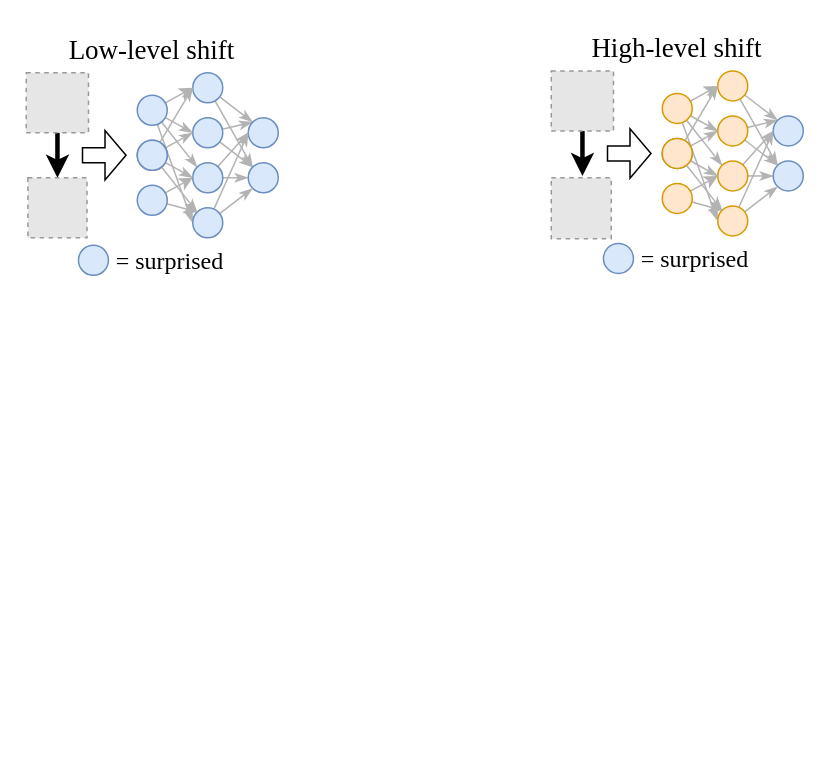
Earlier version of the draw.io diagram project_figs/unit-level.drawio (cianeastwood/cianeastwood.github.io). Source tidied: cells renumbered, new cells numbered last; positions are measured from the earlier drawing's top-left corner, leaving out a move shared by most shapes. Both pictures are drawn from the tidied source at 150%, with x=0, y=0 at pixel (26, 36). Pictures stored in the file or linked from it are replaced by grey dashed boxes.
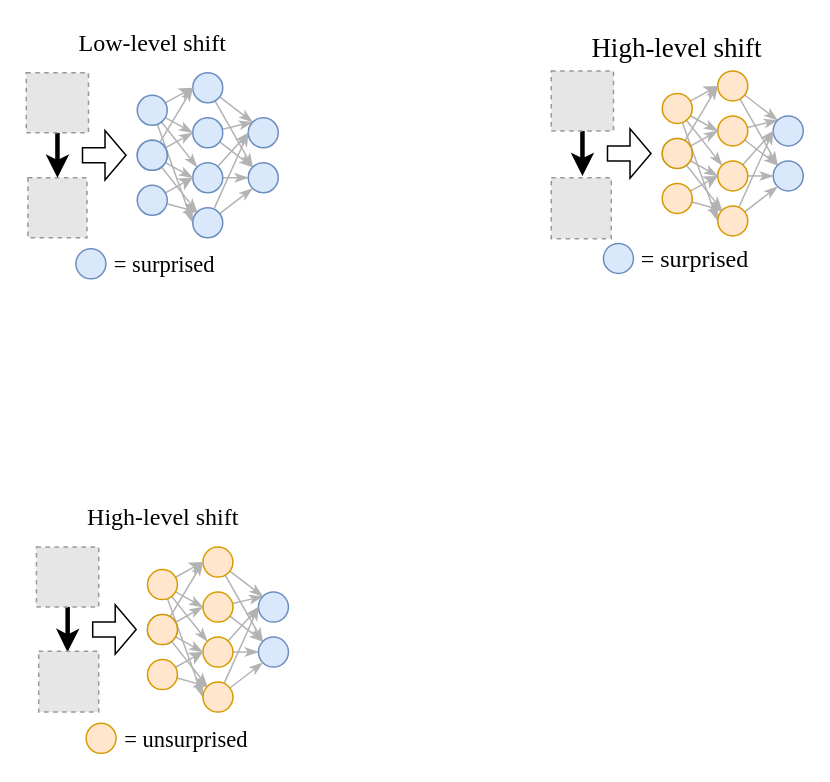
Above is the later version.

The change refers to these unchanged cells:
```xml
<mxCell id="8" style="fillColor=#E6E6E6;strokeColor=#999999;dashed=1;verticalLabelPosition=bottom;labelBackgroundColor=default;verticalAlign=top;" parent="1" vertex="1">
  <mxGeometry y="24" width="41.5" height="40" as="geometry" />
</mxCell>
<mxCell id="9" style="fillColor=#E6E6E6;strokeColor=#999999;dashed=1;verticalLabelPosition=bottom;labelBackgroundColor=default;verticalAlign=top;" parent="1" vertex="1">
  <mxGeometry x="1.1" y="94" width="39.4" height="40" as="geometry" />
</mxCell>
<mxCell id="44" style="fillColor=#E6E6E6;strokeColor=#999999;dashed=1;verticalLabelPosition=bottom;labelBackgroundColor=default;verticalAlign=top;" parent="1" vertex="1">
  <mxGeometry x="350" y="22.8" width="41.5" height="40" as="geometry" />
</mxCell>
```

Change to the diagram source:
```diff
@@
-    <mxCell id="7" style="edgeStyle=orthogonalEdgeStyle;rounded=0;jettySize=auto;html=1;entryX=0.5;entryY=0;entryDx=0;entryDy=0;strokeWidth=3;strokeColor=default;" parent="1" edge="1" source="8" target="9">
+    <mxCell id="7" style="edgeStyle=orthogonalEdgeStyle;rounded=0;jettySize=auto;html=1;entryX=0.5;entryY=0;entryDx=0;entryDy=0;strokeWidth=3;" parent="1" edge="1" source="8" target="9">
       <mxGeometry relative="1" as="geometry" />
     </mxCell>
@@
-    <mxCell id="29" value="&lt;font size=&quot;1&quot; style=&quot;&quot; face=&quot;Times New Roman&quot;&gt;&lt;span style=&quot;font-weight: normal; font-size: 18px;&quot;&gt;Low-level shift&lt;/span&gt;&lt;/font&gt;" style="text;html=1;strokeColor=none;fillColor=none;align=center;verticalAlign=middle;whiteSpace=wrap;rounded=0;fontStyle=1;" parent="1" vertex="1">
-      <mxGeometry x="15.5" y="1.5" width="136" height="15" as="geometry" />
+    <mxCell id="29" value="&lt;font size=&quot;1&quot; face=&quot;Times New Roman&quot;&gt;&lt;span style=&quot;font-weight: normal ; font-size: 16px&quot;&gt;Low-level shift&lt;/span&gt;&lt;/font&gt;" style="text;html=1;strokeColor=none;fillColor=none;align=center;verticalAlign=middle;whiteSpace=wrap;rounded=0;fontStyle=1;" parent="1" vertex="1">
+      <mxGeometry x="6.8" y="-7.2" width="154.5" height="22.5" as="geometry" />
     </mxCell>
@@
-    <mxCell id="36" style="ellipse;whiteSpace=wrap;html=1;fillColor=#dae8fc;strokeColor=#6c8ebf;" parent="1" vertex="1">
-      <mxGeometry x="34.8" y="139" width="20" height="20" as="geometry" />
-    </mxCell>
-    <mxCell id="37" value="&lt;font style=&quot;font-size: 16px;&quot; face=&quot;Times New Roman&quot;&gt;&amp;nbsp;= surprised&lt;/font&gt;" style="text;html=1;strokeColor=none;fillColor=none;align=center;verticalAlign=middle;whiteSpace=wrap;rounded=0;" parent="1" vertex="1">
-      <mxGeometry x="54.8" y="141.5" width="77.5" height="15" as="geometry" />
-    </mxCell>
@@
-    <mxCell id="43" style="edgeStyle=orthogonalEdgeStyle;rounded=0;jettySize=auto;html=1;entryX=0.5;entryY=0;entryDx=0;entryDy=0;strokeWidth=3;strokeColor=default;" parent="1" edge="1" source="44">
+    <mxCell id="43" style="edgeStyle=orthogonalEdgeStyle;rounded=0;jettySize=auto;html=1;entryX=0.5;entryY=0;entryDx=0;entryDy=0;strokeWidth=3;" parent="1" edge="1" source="44">
       <mxGeometry relative="1" as="geometry">
         <mxPoint x="370.8" y="92.8" as="targetPoint" />
       </mxGeometry>
     </mxCell>
@@
+    <mxCell id="72" style="group;" parent="1" vertex="1">
+      <mxGeometry x="33.1" y="140.2" width="125.2" height="22.5" as="geometry" />
+    </mxCell>
+    <mxCell id="36" style="ellipse;whiteSpace=wrap;html=1;fillColor=#dae8fc;strokeColor=#6c8ebf;" parent="72" vertex="1">
+      <mxGeometry y="1.2" width="20" height="20" as="geometry" />
+    </mxCell>
+    <mxCell id="37" value="&lt;font style=&quot;font-size: 15px&quot; face=&quot;Times New Roman&quot;&gt;&amp;nbsp;= surprised&lt;/font&gt;" style="text;html=1;strokeColor=none;fillColor=none;align=left;verticalAlign=middle;whiteSpace=wrap;rounded=0;" parent="72" vertex="1">
+      <mxGeometry x="20" width="105.2" height="22.5" as="geometry" />
+    </mxCell>
+    <mxCell id="73" style="rounded=0;jettySize=auto;html=1;entryX=0;entryY=0.5;entryDx=0;entryDy=0;strokeWidth=1;strokeColor=#B3B3B3;" parent="1" edge="1" source="77" target="86">
+      <mxGeometry relative="1" as="geometry" />
+    </mxCell>
+    <mxCell id="74" style="rounded=0;jettySize=auto;html=1;entryX=0;entryY=0.5;entryDx=0;entryDy=0;strokeColor=#B3B3B3;endArrow=classicThin;endFill=1;" parent="1" edge="1" source="77" target="89">
+      <mxGeometry relative="1" as="geometry" />
+    </mxCell>
+    <mxCell id="75" style="rounded=0;jettySize=auto;html=1;entryX=0;entryY=0;entryDx=0;entryDy=0;strokeColor=#B3B3B3;endArrow=classicThin;endFill=1;" parent="1" edge="1" source="77" target="92">
+      <mxGeometry relative="1" as="geometry" />
+    </mxCell>
+    <mxCell id="76" style="rounded=0;jettySize=auto;html=1;entryX=0;entryY=0.5;entryDx=0;entryDy=0;endArrow=classicThin;endFill=1;strokeColor=#B3B3B3;" parent="1" edge="1" source="77" target="97">
+      <mxGeometry relative="1" as="geometry" />
+    </mxCell>
+    <mxCell id="77" style="ellipse;whiteSpace=wrap;html=1;fillColor=#ffe6cc;strokeColor=#d79b00;" parent="1" vertex="1">
+      <mxGeometry x="80.8" y="355.2" width="20" height="20" as="geometry" />
+    </mxCell>
+    <mxCell id="78" style="edgeStyle=orthogonalEdgeStyle;rounded=0;jettySize=auto;html=1;entryX=0.5;entryY=0;entryDx=0;entryDy=0;strokeWidth=3;" parent="1" edge="1" source="79">
+      <mxGeometry relative="1" as="geometry">
+        <mxPoint x="27.5" y="410.2" as="targetPoint" />
+      </mxGeometry>
+    </mxCell>
+    <mxCell id="79" style="fillColor=#E6E6E6;strokeColor=#999999;dashed=1;verticalLabelPosition=bottom;labelBackgroundColor=default;verticalAlign=top;" parent="1" vertex="1">
+      <mxGeometry x="6.8" y="340.2" width="41.5" height="40" as="geometry" />
+    </mxCell>
+    <mxCell id="80" style="ellipse;whiteSpace=wrap;html=1;fillColor=#dae8fc;strokeColor=#6c8ebf;" parent="1" vertex="1">
+      <mxGeometry x="80.8" y="385.2" width="20" height="20" as="geometry" />
+    </mxCell>
+    <mxCell id="81" style="rounded=0;jettySize=auto;html=1;entryX=0;entryY=0.5;entryDx=0;entryDy=0;strokeColor=#B3B3B3;" parent="1" edge="1" source="83" target="92">
+      <mxGeometry relative="1" as="geometry" />
+    </mxCell>
+    <mxCell id="82" style="rounded=0;jettySize=auto;html=1;entryX=0;entryY=0;entryDx=0;entryDy=0;endArrow=classicThin;endFill=1;strokeColor=#B3B3B3;" parent="1" edge="1" source="83" target="97">
+      <mxGeometry relative="1" as="geometry" />
+    </mxCell>
+    <mxCell id="83" style="ellipse;whiteSpace=wrap;html=1;fillColor=#ffe6cc;strokeColor=#d79b00;" parent="1" vertex="1">
+      <mxGeometry x="80.8" y="415.2" width="20" height="20" as="geometry" />
+    </mxCell>
+    <mxCell id="84" style="rounded=0;jettySize=auto;html=1;entryX=0;entryY=0;entryDx=0;entryDy=0;strokeColor=#B3B3B3;endArrow=classicThin;endFill=1;" parent="1" edge="1" source="86" target="93">
+      <mxGeometry relative="1" as="geometry" />
+    </mxCell>
+    <mxCell id="85" style="rounded=0;jettySize=auto;html=1;entryX=0;entryY=0;entryDx=0;entryDy=0;strokeColor=#B3B3B3;endArrow=classicThin;endFill=1;" parent="1" edge="1" source="86" target="94">
+      <mxGeometry relative="1" as="geometry" />
+    </mxCell>
+    <mxCell id="86" style="ellipse;whiteSpace=wrap;html=1;fillColor=#ffe6cc;strokeColor=#d79b00;" parent="1" vertex="1">
+      <mxGeometry x="117.8" y="340.2" width="20" height="20" as="geometry" />
+    </mxCell>
+    <mxCell id="87" style="rounded=0;jettySize=auto;html=1;entryX=0;entryY=0;entryDx=0;entryDy=0;strokeColor=#B3B3B3;endArrow=classicThin;endFill=1;" parent="1" edge="1" source="89" target="93">
+      <mxGeometry relative="1" as="geometry" />
+    </mxCell>
+    <mxCell id="88" style="rounded=0;jettySize=auto;html=1;entryX=0;entryY=0;entryDx=0;entryDy=0;strokeColor=#B3B3B3;endArrow=classicThin;endFill=1;" parent="1" edge="1" source="89" target="94">
+      <mxGeometry relative="1" as="geometry" />
+    </mxCell>
+    <mxCell id="89" style="ellipse;whiteSpace=wrap;html=1;fillColor=#ffe6cc;strokeColor=#d79b00;" parent="1" vertex="1">
+      <mxGeometry x="117.8" y="370.2" width="20" height="20" as="geometry" />
+    </mxCell>
+    <mxCell id="90" style="rounded=0;jettySize=auto;html=1;strokeColor=#B3B3B3;endArrow=classicThin;endFill=1;" parent="1" edge="1" source="92" target="94">
+      <mxGeometry relative="1" as="geometry" />
+    </mxCell>
+    <mxCell id="91" style="rounded=0;jettySize=auto;html=1;entryX=0;entryY=0.5;entryDx=0;entryDy=0;endArrow=classicThin;endFill=1;strokeColor=#B3B3B3;" parent="1" edge="1" source="92" target="93">
+      <mxGeometry relative="1" as="geometry" />
+    </mxCell>
+    <mxCell id="92" style="ellipse;whiteSpace=wrap;html=1;fillColor=#ffe6cc;strokeColor=#d79b00;" parent="1" vertex="1">
+      <mxGeometry x="117.8" y="400.2" width="20" height="20" as="geometry" />
+    </mxCell>
+    <mxCell id="93" style="ellipse;whiteSpace=wrap;html=1;fillColor=#dae8fc;strokeColor=#6c8ebf;" parent="1" vertex="1">
+      <mxGeometry x="154.8" y="370.2" width="20" height="20" as="geometry" />
+    </mxCell>
+    <mxCell id="94" style="ellipse;whiteSpace=wrap;html=1;fillColor=#dae8fc;strokeColor=#6c8ebf;" parent="1" vertex="1">
+      <mxGeometry x="154.8" y="400.2" width="20" height="20" as="geometry" />
+    </mxCell>
+    <mxCell id="95" style="rounded=0;jettySize=auto;html=1;entryX=0;entryY=1;entryDx=0;entryDy=0;endArrow=classicThin;endFill=1;strokeColor=#B3B3B3;" parent="1" edge="1" source="97" target="94">
+      <mxGeometry relative="1" as="geometry" />
+    </mxCell>
+    <mxCell id="96" style="rounded=0;jettySize=auto;html=1;entryX=0;entryY=0.5;entryDx=0;entryDy=0;strokeColor=#B3B3B3;endArrow=classicThin;endFill=1;" parent="1" edge="1" source="97" target="93">
+      <mxGeometry relative="1" as="geometry" />
+    </mxCell>
+    <mxCell id="97" style="ellipse;whiteSpace=wrap;html=1;fillColor=#ffe6cc;strokeColor=#d79b00;" parent="1" vertex="1">
+      <mxGeometry x="117.8" y="430.2" width="20" height="20" as="geometry" />
+    </mxCell>
+    <mxCell id="98" style="shape=flexArrow;endArrow=classic;html=1;rounded=0;endWidth=22;endSize=4.33;width=10;fillColor=default;strokeWidth=1;" parent="1" edge="1">
+      <mxGeometry relative="1" as="geometry">
+        <mxPoint x="43.8" y="395.2" as="sourcePoint" />
+        <mxPoint x="73.8" y="395.2" as="targetPoint" />
+      </mxGeometry>
+    </mxCell>
+    <mxCell id="99" value="&lt;font size=&quot;1&quot; face=&quot;Times New Roman&quot;&gt;&lt;span style=&quot;font-weight: normal ; font-size: 16px&quot;&gt;High-level shift&lt;/span&gt;&lt;/font&gt;" style="text;html=1;strokeColor=none;fillColor=none;align=center;verticalAlign=middle;whiteSpace=wrap;rounded=0;fontStyle=1;" parent="1" vertex="1">
+      <mxGeometry x="13.5" y="309" width="154.5" height="22.5" as="geometry" />
+    </mxCell>
+    <mxCell id="100" style="rounded=0;jettySize=auto;html=1;entryX=0;entryY=0.5;entryDx=0;entryDy=0;strokeColor=#B3B3B3;endArrow=classicThin;endFill=1;" parent="1" edge="1" source="104" target="86">
+      <mxGeometry relative="1" as="geometry" />
+    </mxCell>
+    <mxCell id="101" style="rounded=0;jettySize=auto;html=1;entryX=0;entryY=0.5;entryDx=0;entryDy=0;strokeColor=#B3B3B3;endArrow=classicThin;endFill=1;" parent="1" edge="1" source="104" target="89">
+      <mxGeometry relative="1" as="geometry" />
+    </mxCell>
+    <mxCell id="102" style="rounded=0;jettySize=auto;html=1;entryX=0;entryY=0.5;entryDx=0;entryDy=0;strokeColor=#B3B3B3;endArrow=classicThin;endFill=1;" parent="1" edge="1" source="104" target="92">
+      <mxGeometry relative="1" as="geometry" />
+    </mxCell>
+    <mxCell id="103" style="rounded=0;jettySize=auto;html=1;entryX=0;entryY=0;entryDx=0;entryDy=0;strokeColor=#B3B3B3;endArrow=classicThin;endFill=1;" parent="1" edge="1" source="104" target="97">
+      <mxGeometry relative="1" as="geometry" />
+    </mxCell>
+    <mxCell id="104" style="ellipse;whiteSpace=wrap;html=1;fillColor=#ffe6cc;strokeColor=#d79b00;" parent="1" vertex="1">
+      <mxGeometry x="80.8" y="385.2" width="20" height="20" as="geometry" />
+    </mxCell>
+    <mxCell id="105" style="group;" parent="1" vertex="1">
+      <mxGeometry x="39.9" y="456.5" width="125.2" height="22.5" as="geometry" />
+    </mxCell>
+    <mxCell id="106" style="ellipse;whiteSpace=wrap;html=1;fillColor=#ffe6cc;strokeColor=#d79b00;" parent="105" vertex="1">
+      <mxGeometry y="1.2" width="20" height="20" as="geometry" />
+    </mxCell>
+    <mxCell id="107" value="&lt;font style=&quot;font-size: 15px&quot; face=&quot;Times New Roman&quot;&gt;&amp;nbsp;= unsurprised&lt;/font&gt;" style="text;html=1;strokeColor=none;fillColor=none;align=left;verticalAlign=middle;whiteSpace=wrap;rounded=0;" parent="105" vertex="1">
+      <mxGeometry x="20" width="105.2" height="22.5" as="geometry" />
+    </mxCell>
+    <mxCell id="108" style="fillColor=#E6E6E6;strokeColor=#999999;dashed=1;verticalLabelPosition=bottom;labelBackgroundColor=default;verticalAlign=top;" parent="1" vertex="1">
+      <mxGeometry x="8.3" y="409.6" width="40" height="40.6" as="geometry" />
+    </mxCell>
```
